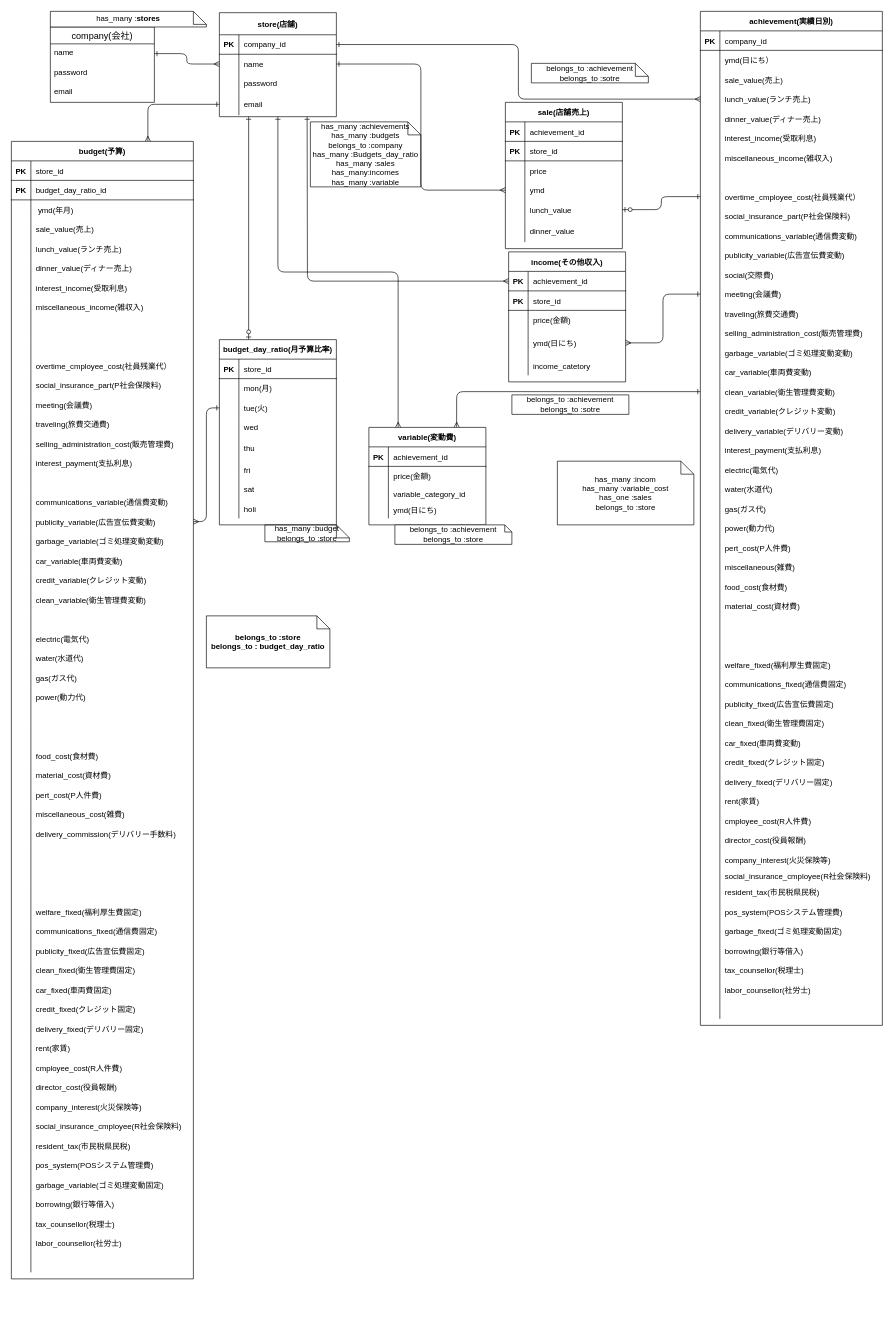
Earlier version of the draw.io diagram ER図.dio (yanagi0306/profit_loss). Source tidied: cells renumbered, new cells numbered last; positions are measured from the earlier drawing's top-left corner, leaving out a move shared by most shapes. Both pictures are drawn from the tidied source at 65%, with x=0, y=0 at pixel (11, 11).
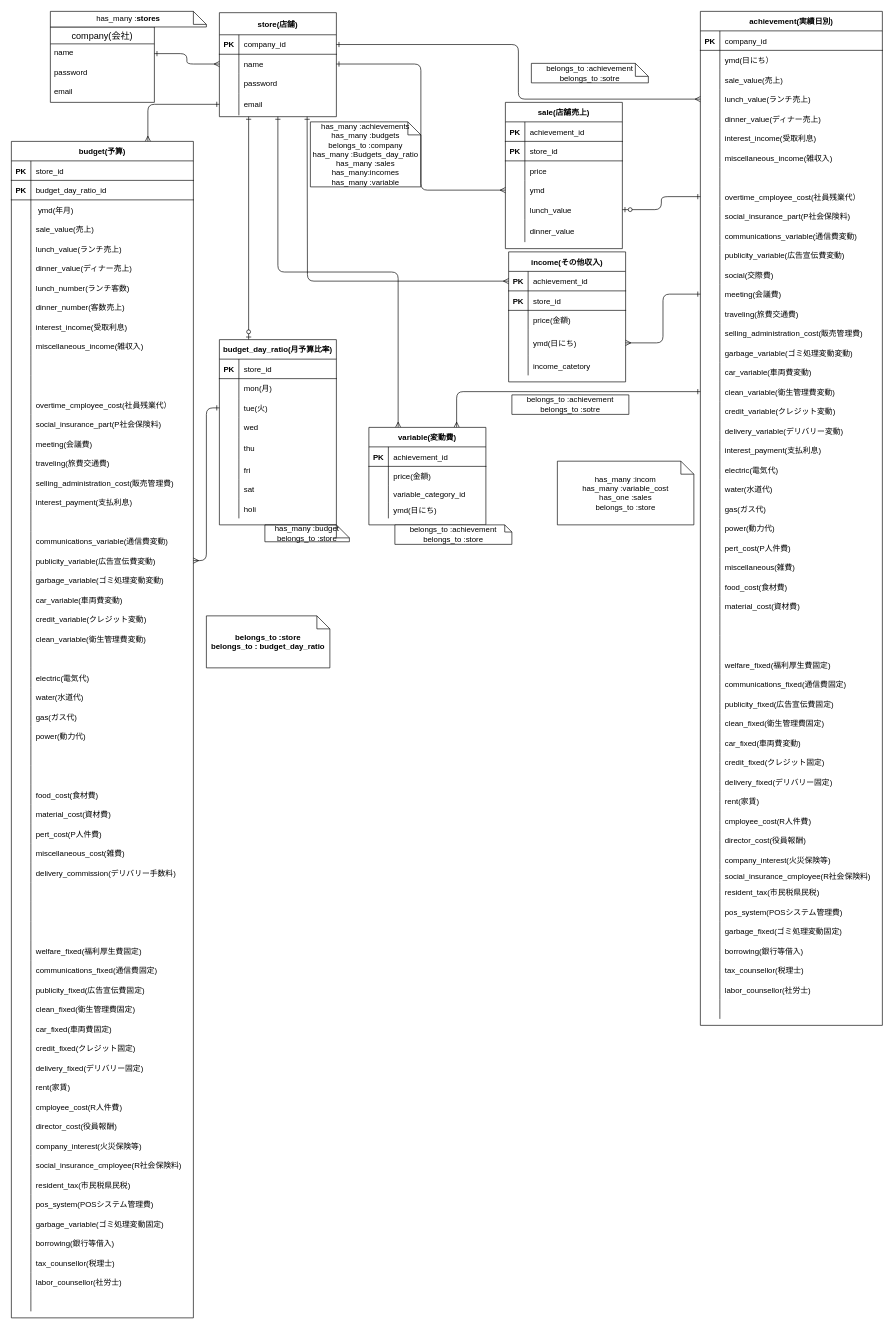
After the change.

Change to the diagram source:
```diff
@@
     <mxCell id="30" value="budget(予算)" style="shape=table;startSize=30;childLayout=tableLayout;rowLines=0;fontStyle=1;align=center;" parent="1" vertex="1">
-      <mxGeometry y="200" width="280" height="1750" as="geometry" />
+      <mxGeometry y="200" width="280" height="1810" as="geometry" />
     </mxCell>
@@
+    <mxCell id="438" style="shape=partialRectangle;fillColor=none;top=0;left=0;bottom=0;right=0;" parent="30" vertex="1">
+      <mxGeometry y="210" width="280" height="30" as="geometry" />
+    </mxCell>
+    <mxCell id="439" style="shape=partialRectangle;fillColor=none;top=0;left=0;bottom=0;right=0;overflow=hidden;" parent="438" vertex="1">
+      <mxGeometry width="30" height="30" as="geometry" />
+    </mxCell>
+    <mxCell id="440" value="lunch_number(ランチ客数)" style="shape=partialRectangle;fillColor=none;top=0;left=0;bottom=0;right=0;align=left;spacingLeft=6;overflow=hidden;" parent="438" vertex="1">
+      <mxGeometry x="30" width="250" height="30" as="geometry" />
+    </mxCell>
+    <mxCell id="441" style="shape=partialRectangle;fillColor=none;top=0;left=0;bottom=0;right=0;" parent="30" vertex="1">
+      <mxGeometry y="240" width="280" height="30" as="geometry" />
+    </mxCell>
+    <mxCell id="442" style="shape=partialRectangle;fillColor=none;top=0;left=0;bottom=0;right=0;overflow=hidden;" parent="441" vertex="1">
+      <mxGeometry width="30" height="30" as="geometry" />
+    </mxCell>
+    <mxCell id="443" value="dinner_number(客数売上)" style="shape=partialRectangle;fillColor=none;top=0;left=0;bottom=0;right=0;align=left;spacingLeft=6;overflow=hidden;" parent="441" vertex="1">
+      <mxGeometry x="30" width="250" height="30" as="geometry" />
+    </mxCell>
     <mxCell id="49" style="shape=partialRectangle;fillColor=none;top=0;left=0;bottom=0;right=0;" parent="30" vertex="1">
-      <mxGeometry y="210" width="280" height="30" as="geometry" />
+      <mxGeometry y="270" width="280" height="30" as="geometry" />
     </mxCell>
@@
     <mxCell id="52" style="shape=partialRectangle;fillColor=none;top=0;left=0;bottom=0;right=0;" parent="30" vertex="1">
-      <mxGeometry y="240" width="280" height="30" as="geometry" />
+      <mxGeometry y="300" width="280" height="30" as="geometry" />
     </mxCell>
@@
     <mxCell id="55" style="shape=partialRectangle;fillColor=none;top=0;left=0;bottom=0;right=0;" parent="30" vertex="1">
-      <mxGeometry y="270" width="280" height="30" as="geometry" />
+      <mxGeometry y="330" width="280" height="30" as="geometry" />
     </mxCell>
@@
     <mxCell id="58" style="shape=partialRectangle;fillColor=none;top=0;left=0;bottom=0;right=0;" parent="30" vertex="1">
-      <mxGeometry y="300" width="280" height="30" as="geometry" />
+      <mxGeometry y="360" width="280" height="30" as="geometry" />
     </mxCell>
@@
     <mxCell id="61" style="shape=partialRectangle;fillColor=none;top=0;left=0;bottom=0;right=0;" parent="30" vertex="1">
-      <mxGeometry y="330" width="280" height="30" as="geometry" />
+      <mxGeometry y="390" width="280" height="30" as="geometry" />
     </mxCell>
@@
     <mxCell id="64" style="shape=partialRectangle;fillColor=none;top=0;left=0;bottom=0;right=0;" parent="30" vertex="1">
-      <mxGeometry y="360" width="280" height="30" as="geometry" />
+      <mxGeometry y="420" width="280" height="30" as="geometry" />
     </mxCell>
@@
     <mxCell id="67" style="shape=partialRectangle;fillColor=none;top=0;left=0;bottom=0;right=0;" parent="30" vertex="1">
-      <mxGeometry y="390" width="280" height="30" as="geometry" />
+      <mxGeometry y="450" width="280" height="30" as="geometry" />
     </mxCell>
@@
     <mxCell id="70" style="shape=partialRectangle;fillColor=none;top=0;left=0;bottom=0;right=0;" parent="30" vertex="1">
-      <mxGeometry y="420" width="280" height="30" as="geometry" />
+      <mxGeometry y="480" width="280" height="30" as="geometry" />
     </mxCell>
@@
     <mxCell id="73" style="shape=partialRectangle;fillColor=none;top=0;left=0;bottom=0;right=0;" parent="30" vertex="1">
-      <mxGeometry y="450" width="280" height="30" as="geometry" />
+      <mxGeometry y="510" width="280" height="30" as="geometry" />
     </mxCell>
@@
     <mxCell id="76" style="shape=partialRectangle;fillColor=none;top=0;left=0;bottom=0;right=0;" parent="30" vertex="1">
-      <mxGeometry y="480" width="280" height="30" as="geometry" />
+      <mxGeometry y="540" width="280" height="30" as="geometry" />
     </mxCell>
@@
     <mxCell id="79" style="shape=partialRectangle;fillColor=none;top=0;left=0;bottom=0;right=0;" parent="30" vertex="1">
-      <mxGeometry y="510" width="280" height="30" as="geometry" />
+      <mxGeometry y="570" width="280" height="30" as="geometry" />
     </mxCell>
@@
     <mxCell id="82" style="shape=partialRectangle;fillColor=none;top=0;left=0;bottom=0;right=0;" parent="30" vertex="1">
-      <mxGeometry y="540" width="280" height="30" as="geometry" />
+      <mxGeometry y="600" width="280" height="30" as="geometry" />
     </mxCell>
@@
     <mxCell id="85" style="shape=partialRectangle;fillColor=none;top=0;left=0;bottom=0;right=0;points=[[0,0.5],[1,0.5]];portConstraint=eastwest;" parent="30" vertex="1">
-      <mxGeometry y="570" width="280" height="30" as="geometry" />
+      <mxGeometry y="630" width="280" height="30" as="geometry" />
     </mxCell>
@@
     <mxCell id="88" style="shape=partialRectangle;fillColor=none;top=0;left=0;bottom=0;right=0;" parent="30" vertex="1">
-      <mxGeometry y="600" width="280" height="30" as="geometry" />
+      <mxGeometry y="660" width="280" height="30" as="geometry" />
     </mxCell>
@@
     <mxCell id="91" style="shape=partialRectangle;fillColor=none;top=0;left=0;bottom=0;right=0;" parent="30" vertex="1">
-      <mxGeometry y="630" width="280" height="30" as="geometry" />
+      <mxGeometry y="690" width="280" height="30" as="geometry" />
     </mxCell>
@@
     <mxCell id="94" style="shape=partialRectangle;fillColor=none;top=0;left=0;bottom=0;right=0;" parent="30" vertex="1">
-      <mxGeometry y="660" width="280" height="30" as="geometry" />
+      <mxGeometry y="720" width="280" height="30" as="geometry" />
     </mxCell>
@@
     <mxCell id="97" style="shape=partialRectangle;fillColor=none;top=0;left=0;bottom=0;right=0;" parent="30" vertex="1">
-      <mxGeometry y="690" width="280" height="30" as="geometry" />
+      <mxGeometry y="750" width="280" height="30" as="geometry" />
     </mxCell>
@@
     <mxCell id="100" style="shape=partialRectangle;fillColor=none;top=0;left=0;bottom=0;right=0;" parent="30" vertex="1">
-      <mxGeometry y="720" width="280" height="30" as="geometry" />
+      <mxGeometry y="780" width="280" height="30" as="geometry" />
     </mxCell>
@@
     <mxCell id="103" style="shape=partialRectangle;fillColor=none;top=0;left=0;bottom=0;right=0;" parent="30" vertex="1">
-      <mxGeometry y="750" width="280" height="30" as="geometry" />
+      <mxGeometry y="810" width="280" height="30" as="geometry" />
     </mxCell>
@@
     <mxCell id="106" style="shape=partialRectangle;fillColor=none;top=0;left=0;bottom=0;right=0;" parent="30" vertex="1">
-      <mxGeometry y="780" width="280" height="30" as="geometry" />
+      <mxGeometry y="840" width="280" height="30" as="geometry" />
     </mxCell>
@@
     <mxCell id="109" style="shape=partialRectangle;fillColor=none;top=0;left=0;bottom=0;right=0;" parent="30" vertex="1">
-      <mxGeometry y="810" width="280" height="30" as="geometry" />
+      <mxGeometry y="870" width="280" height="30" as="geometry" />
     </mxCell>
@@
     <mxCell id="112" style="shape=partialRectangle;fillColor=none;top=0;left=0;bottom=0;right=0;" parent="30" vertex="1">
-      <mxGeometry y="840" width="280" height="30" as="geometry" />
+      <mxGeometry y="900" width="280" height="30" as="geometry" />
     </mxCell>
@@
     <mxCell id="115" style="shape=partialRectangle;fillColor=none;top=0;left=0;bottom=0;right=0;" parent="30" vertex="1">
-      <mxGeometry y="870" width="280" height="30" as="geometry" />
+      <mxGeometry y="930" width="280" height="30" as="geometry" />
     </mxCell>
@@
     <mxCell id="118" style="shape=partialRectangle;fillColor=none;top=0;left=0;bottom=0;right=0;" parent="30" vertex="1">
-      <mxGeometry y="900" width="280" height="30" as="geometry" />
+      <mxGeometry y="960" width="280" height="30" as="geometry" />
     </mxCell>
@@
     <mxCell id="121" style="shape=partialRectangle;fillColor=none;top=0;left=0;bottom=0;right=0;" parent="30" vertex="1">
-      <mxGeometry y="930" width="280" height="30" as="geometry" />
+      <mxGeometry y="990" width="280" height="30" as="geometry" />
     </mxCell>
@@
     <mxCell id="124" style="shape=partialRectangle;fillColor=none;top=0;left=0;bottom=0;right=0;" parent="30" vertex="1">
-      <mxGeometry y="960" width="280" height="30" as="geometry" />
+      <mxGeometry y="1020" width="280" height="30" as="geometry" />
     </mxCell>
@@
     <mxCell id="127" style="shape=partialRectangle;fillColor=none;top=0;left=0;bottom=0;right=0;" parent="30" vertex="1">
-      <mxGeometry y="990" width="280" height="30" as="geometry" />
+      <mxGeometry y="1050" width="280" height="30" as="geometry" />
     </mxCell>
@@
     <mxCell id="130" style="shape=partialRectangle;fillColor=none;top=0;left=0;bottom=0;right=0;" parent="30" vertex="1">
-      <mxGeometry y="1020" width="280" height="30" as="geometry" />
+      <mxGeometry y="1080" width="280" height="30" as="geometry" />
     </mxCell>
@@
     <mxCell id="133" style="shape=partialRectangle;fillColor=none;top=0;left=0;bottom=0;right=0;" parent="30" vertex="1">
-      <mxGeometry y="1050" width="280" height="30" as="geometry" />
+      <mxGeometry y="1110" width="280" height="30" as="geometry" />
     </mxCell>
@@
     <mxCell id="136" style="shape=partialRectangle;fillColor=none;top=0;left=0;bottom=0;right=0;" parent="30" vertex="1">
-      <mxGeometry y="1080" width="280" height="30" as="geometry" />
+      <mxGeometry y="1140" width="280" height="30" as="geometry" />
     </mxCell>
@@
     <mxCell id="139" style="shape=partialRectangle;fillColor=none;top=0;left=0;bottom=0;right=0;" parent="30" vertex="1">
-      <mxGeometry y="1110" width="280" height="30" as="geometry" />
+      <mxGeometry y="1170" width="280" height="30" as="geometry" />
     </mxCell>
@@
     <mxCell id="142" style="shape=partialRectangle;fillColor=none;top=0;left=0;bottom=0;right=0;" parent="30" vertex="1">
-      <mxGeometry y="1140" width="280" height="30" as="geometry" />
+      <mxGeometry y="1200" width="280" height="30" as="geometry" />
     </mxCell>
@@
     <mxCell id="145" style="shape=partialRectangle;fillColor=none;top=0;left=0;bottom=0;right=0;" parent="30" vertex="1">
-      <mxGeometry y="1170" width="280" height="30" as="geometry" />
+      <mxGeometry y="1230" width="280" height="30" as="geometry" />
     </mxCell>
@@
     <mxCell id="148" style="shape=partialRectangle;fillColor=none;top=0;left=0;bottom=0;right=0;" parent="30" vertex="1">
-      <mxGeometry y="1200" width="280" height="30" as="geometry" />
+      <mxGeometry y="1260" width="280" height="30" as="geometry" />
     </mxCell>
@@
     <mxCell id="151" style="shape=partialRectangle;fillColor=none;top=0;left=0;bottom=0;right=0;" parent="30" vertex="1">
-      <mxGeometry y="1230" width="280" height="30" as="geometry" />
+      <mxGeometry y="1290" width="280" height="30" as="geometry" />
     </mxCell>
@@
     <mxCell id="154" style="shape=partialRectangle;fillColor=none;top=0;left=0;bottom=0;right=0;" parent="30" vertex="1">
-      <mxGeometry y="1260" width="280" height="30" as="geometry" />
+      <mxGeometry y="1320" width="280" height="30" as="geometry" />
     </mxCell>
@@
     <mxCell id="157" style="shape=partialRectangle;fillColor=none;top=0;left=0;bottom=0;right=0;" parent="30" vertex="1">
-      <mxGeometry y="1290" width="280" height="30" as="geometry" />
+      <mxGeometry y="1350" width="280" height="30" as="geometry" />
     </mxCell>
@@
     <mxCell id="160" style="shape=partialRectangle;fillColor=none;top=0;left=0;bottom=0;right=0;" parent="30" vertex="1">
-      <mxGeometry y="1320" width="280" height="30" as="geometry" />
+      <mxGeometry y="1380" width="280" height="30" as="geometry" />
     </mxCell>
@@
     <mxCell id="163" style="shape=partialRectangle;fillColor=none;top=0;left=0;bottom=0;right=0;" parent="30" vertex="1">
-      <mxGeometry y="1350" width="280" height="30" as="geometry" />
+      <mxGeometry y="1410" width="280" height="30" as="geometry" />
     </mxCell>
@@
     <mxCell id="166" style="shape=partialRectangle;fillColor=none;top=0;left=0;bottom=0;right=0;" parent="30" vertex="1">
-      <mxGeometry y="1380" width="280" height="30" as="geometry" />
+      <mxGeometry y="1440" width="280" height="30" as="geometry" />
     </mxCell>
@@
     <mxCell id="169" style="shape=partialRectangle;fillColor=none;top=0;left=0;bottom=0;right=0;" parent="30" vertex="1">
-      <mxGeometry y="1410" width="280" height="30" as="geometry" />
+      <mxGeometry y="1470" width="280" height="30" as="geometry" />
     </mxCell>
@@
     <mxCell id="172" style="shape=partialRectangle;fillColor=none;top=0;left=0;bottom=0;right=0;" parent="30" vertex="1">
-      <mxGeometry y="1440" width="280" height="30" as="geometry" />
+      <mxGeometry y="1500" width="280" height="30" as="geometry" />
     </mxCell>
@@
     <mxCell id="175" style="shape=partialRectangle;fillColor=none;top=0;left=0;bottom=0;right=0;" parent="30" vertex="1">
-      <mxGeometry y="1470" width="280" height="30" as="geometry" />
+      <mxGeometry y="1530" width="280" height="30" as="geometry" />
     </mxCell>
@@
     <mxCell id="178" style="shape=partialRectangle;fillColor=none;top=0;left=0;bottom=0;right=0;" parent="30" vertex="1">
-      <mxGeometry y="1500" width="280" height="30" as="geometry" />
+      <mxGeometry y="1560" width="280" height="30" as="geometry" />
     </mxCell>
@@
     <mxCell id="181" style="shape=partialRectangle;fillColor=none;top=0;left=0;bottom=0;right=0;" parent="30" vertex="1">
-      <mxGeometry y="1530" width="280" height="30" as="geometry" />
+      <mxGeometry y="1590" width="280" height="30" as="geometry" />
     </mxCell>
@@
     <mxCell id="184" style="shape=partialRectangle;fillColor=none;top=0;left=0;bottom=0;right=0;" parent="30" vertex="1">
-      <mxGeometry y="1560" width="280" height="30" as="geometry" />
+      <mxGeometry y="1620" width="280" height="30" as="geometry" />
     </mxCell>
@@
     <mxCell id="187" style="shape=partialRectangle;fillColor=none;top=0;left=0;bottom=0;right=0;" parent="30" vertex="1">
-      <mxGeometry y="1590" width="280" height="30" as="geometry" />
+      <mxGeometry y="1650" width="280" height="30" as="geometry" />
     </mxCell>
@@
     <mxCell id="190" style="shape=partialRectangle;fillColor=none;top=0;left=0;bottom=0;right=0;" parent="30" vertex="1">
-      <mxGeometry y="1620" width="280" height="30" as="geometry" />
+      <mxGeometry y="1680" width="280" height="30" as="geometry" />
     </mxCell>
@@
     <mxCell id="193" style="shape=partialRectangle;fillColor=none;top=0;left=0;bottom=0;right=0;" parent="30" vertex="1">
-      <mxGeometry y="1650" width="280" height="30" as="geometry" />
+      <mxGeometry y="1710" width="280" height="30" as="geometry" />
     </mxCell>
@@
     <mxCell id="196" style="shape=partialRectangle;fillColor=none;top=0;left=0;bottom=0;right=0;" parent="30" vertex="1">
-      <mxGeometry y="1680" width="280" height="30" as="geometry" />
+      <mxGeometry y="1740" width="280" height="30" as="geometry" />
     </mxCell>
@@
     <mxCell id="199" style="shape=partialRectangle;fillColor=none;top=0;left=0;bottom=0;right=0;" parent="30" vertex="1">
-      <mxGeometry y="1710" width="280" height="30" as="geometry" />
+      <mxGeometry y="1770" width="280" height="30" as="geometry" />
     </mxCell>
```
